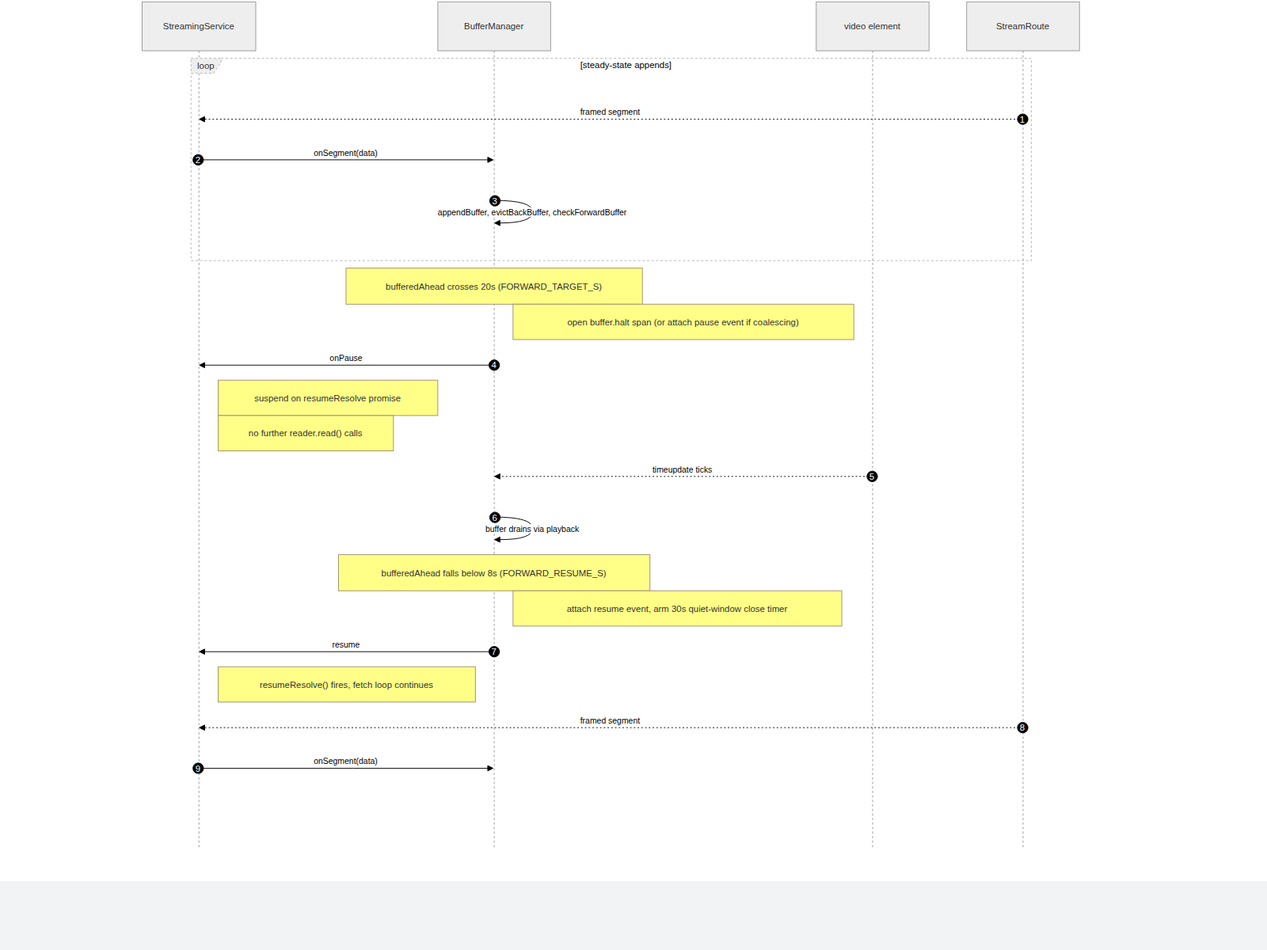
Above: docs/diagrams/streaming-02-backpressure.png in ngareleo/xstream (Mermaid), before the change. Its source is kept beside it as docs/diagrams/streaming-02-backpressure.mmd.
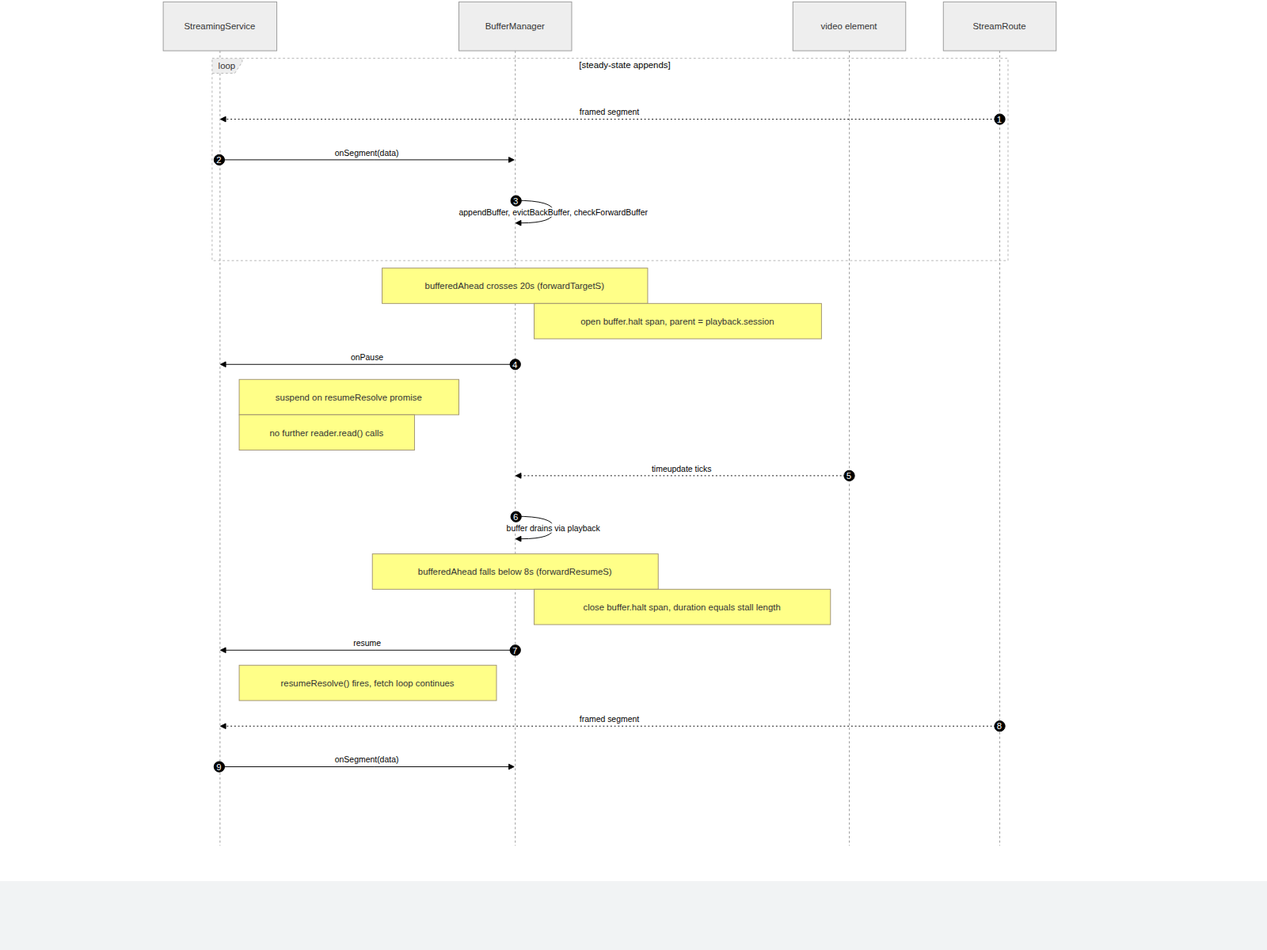
Later version of the same file.

Commit message:
refactor(buffer): extract BufferConfig and drop halt-span coalescing

Diff of the diagram source:
```diff
@@ -11,8 +11,8 @@
         BM->>BM: appendBuffer, evictBackBuffer, checkForwardBuffer
     end
 
-    Note over BM: bufferedAhead crosses 20s (FORWARD_TARGET_S)
-    Note right of BM: open buffer.halt span (or attach pause event if coalescing)
+    Note over BM: bufferedAhead crosses 20s (forwardTargetS)
+    Note right of BM: open buffer.halt span, parent = playback.session
     BM->>SS: onPause
     Note right of SS: suspend on resumeResolve promise
     Note right of SS: no further reader.read() calls
@@ -20,8 +20,8 @@
     V-->>BM: timeupdate ticks
     BM->>BM: buffer drains via playback
 
-    Note over BM: bufferedAhead falls below 8s (FORWARD_RESUME_S)
-    Note right of BM: attach resume event, arm 30s quiet-window close timer
+    Note over BM: bufferedAhead falls below 8s (forwardResumeS)
+    Note right of BM: close buffer.halt span, duration equals stall length
     BM->>SS: resume
     Note right of SS: resumeResolve() fires, fetch loop continues
     ST-->>SS: framed segment
```
